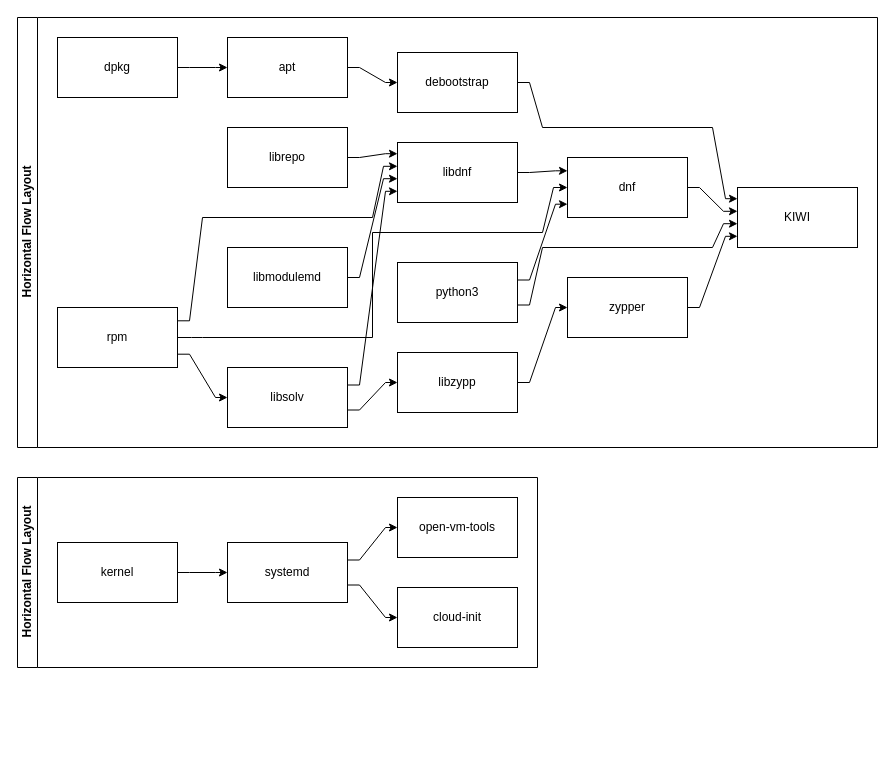
Above: build-dependencies.drawio in killermoehre/kiwi-host (draw.io), before the change. Source tidied: cells renumbered, new cells numbered last; positions are measured from the earlier drawing's top-left corner, leaving out a move shared by most shapes. Both pictures are drawn from the tidied source at 100%, with x=0, y=0 at pixel (17, 17).
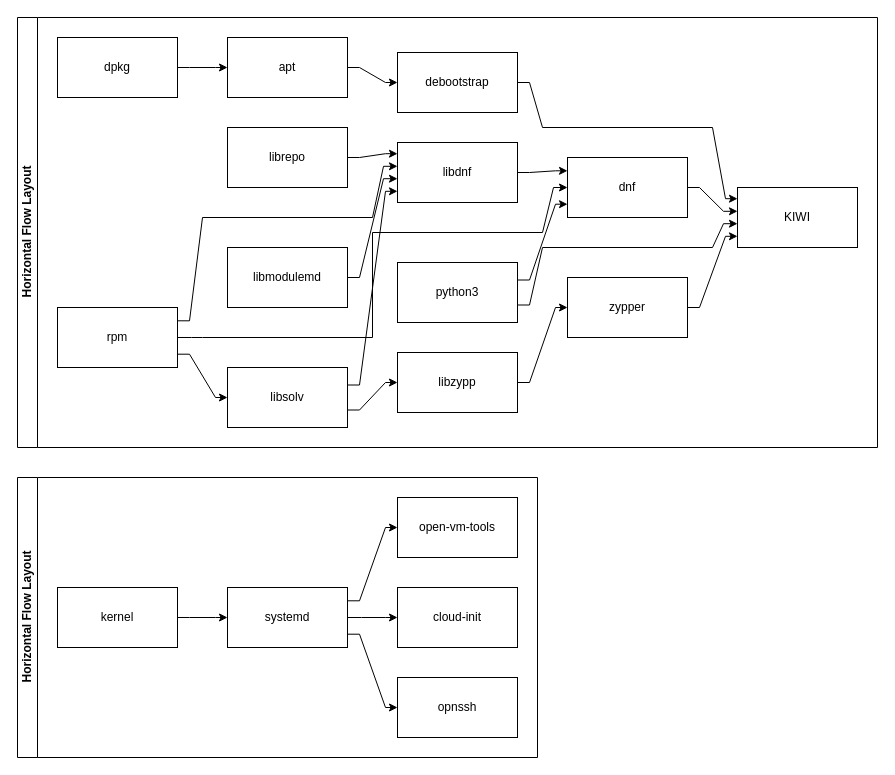
The same page after the edit.

Unchanged cells that the change refers to:
```xml
<mxCell id="33" value="cloud-init" style="rounded=0;whiteSpace=wrap;html=1;" parent="32" vertex="1">
  <mxGeometry x="380" y="110" width="120" height="60" as="geometry" />
</mxCell>
<mxCell id="34" value="open-vm-tools" style="rounded=0;whiteSpace=wrap;html=1;" parent="32" vertex="1">
  <mxGeometry x="380" y="20" width="120" height="60" as="geometry" />
</mxCell>
```

What changed in the source:
```diff
@@
     <mxCell id="32" value="Horizontal Flow Layout" style="swimlane;html=1;startSize=20;horizontal=0;flowOrientation=west;interRankCellSpacing=50;containerType=tree;" parent="1" vertex="1">
-      <mxGeometry y="460" width="520" height="190" as="geometry" />
+      <mxGeometry y="460" width="520" height="280" as="geometry" />
     </mxCell>
@@
     <mxCell id="35" style="edgeStyle=orthogonalEdgeStyle;rounded=0;jettySize=auto;html=1;noEdgeStyle=1;orthogonal=1;" parent="32" edge="1" source="37" target="34">
       <mxGeometry relative="1" as="geometry">
         <Array as="points">
-          <mxPoint x="342" y="82.5" />
+          <mxPoint x="342" y="123.3" />
           <mxPoint x="368" y="50" />
         </Array>
       </mxGeometry>
     </mxCell>
     <mxCell id="36" style="edgeStyle=orthogonalEdgeStyle;rounded=0;jettySize=auto;html=1;noEdgeStyle=1;orthogonal=1;" parent="32" edge="1" source="37" target="33">
       <mxGeometry relative="1" as="geometry">
         <Array as="points">
-          <mxPoint x="342" y="107.5" />
+          <mxPoint x="344" y="140" />
           <mxPoint x="368" y="140" />
         </Array>
       </mxGeometry>
     </mxCell>
+    <mxCell id="40" style="edgeStyle=orthogonalEdgeStyle;rounded=0;jettySize=auto;html=1;noEdgeStyle=1;orthogonal=1;" parent="32" edge="1" source="37" target="41">
+      <mxGeometry relative="1" as="geometry">
+        <Array as="points">
+          <mxPoint x="342" y="156.7" />
+          <mxPoint x="368" y="230" />
+        </Array>
+      </mxGeometry>
+    </mxCell>
     <mxCell id="37" value="systemd" style="rounded=0;whiteSpace=wrap;html=1;" parent="32" vertex="1">
-      <mxGeometry x="210" y="65" width="120" height="60" as="geometry" />
+      <mxGeometry x="210" y="110" width="120" height="60" as="geometry" />
     </mxCell>
     <mxCell id="38" style="edgeStyle=orthogonalEdgeStyle;rounded=0;jettySize=auto;html=1;noEdgeStyle=1;orthogonal=1;" parent="32" edge="1" source="39" target="37">
       <mxGeometry relative="1" as="geometry">
         <Array as="points">
-          <mxPoint x="172" y="95" />
-          <mxPoint x="198" y="95" />
+          <mxPoint x="172" y="140" />
+          <mxPoint x="198" y="140" />
         </Array>
       </mxGeometry>
     </mxCell>
     <mxCell id="39" value="kernel" style="rounded=0;whiteSpace=wrap;html=1;" parent="32" vertex="1">
-      <mxGeometry x="40" y="65" width="120" height="60" as="geometry" />
+      <mxGeometry x="40" y="110" width="120" height="60" as="geometry" />
     </mxCell>
+    <mxCell id="41" value="opnssh" style="rounded=0;whiteSpace=wrap;html=1;" parent="32" vertex="1">
+      <mxGeometry x="380" y="200" width="120" height="60" as="geometry" />
+    </mxCell>
```
